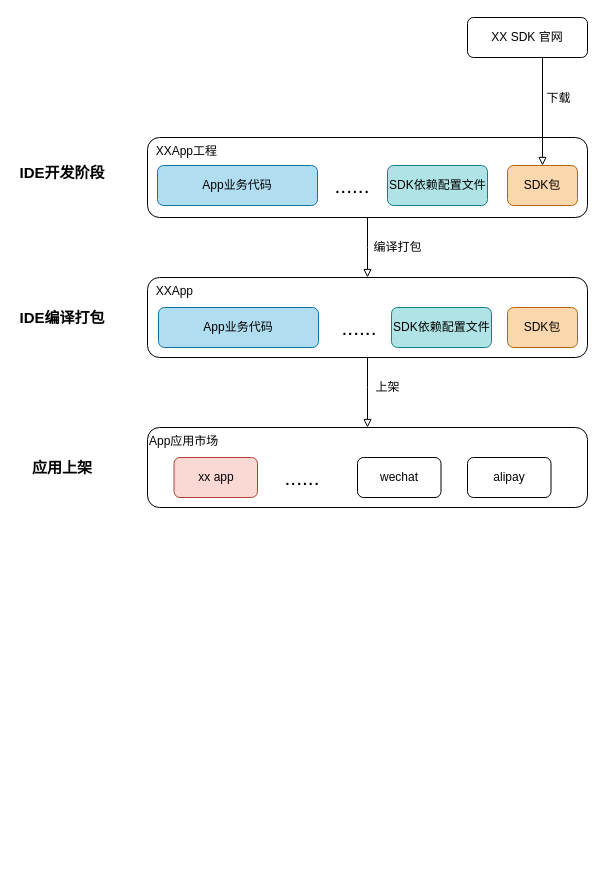
Above: draw/Virtual integration.drawio in befairyliu/draw.io (draw.io), before the change. Source tidied: cells renumbered, new cells numbered last; positions are measured from the earlier drawing's top-left corner, leaving out a move shared by most shapes. Both pictures are drawn from the tidied source at 100%, with x=0, y=0 at pixel (17, 17).
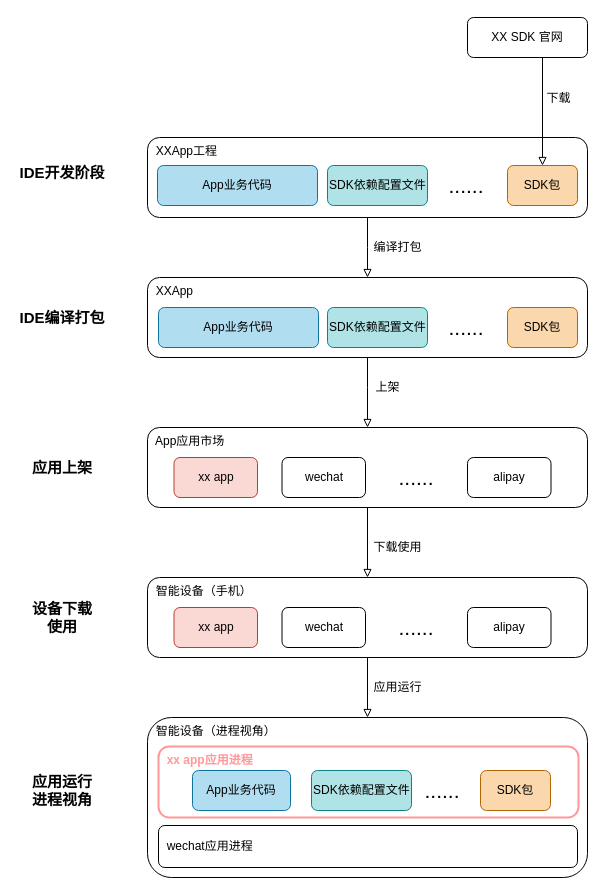
After the change.

Unchanged cells that the change refers to:
```xml
<mxCell id="5" value="&amp;nbsp; XXApp" style="rounded=1;whiteSpace=wrap;html=1;fontSize=12;glass=0;strokeWidth=1;shadow=0;align=left;verticalAlign=top;" parent="1" vertex="1">
  <mxGeometry x="130" y="260" width="440" height="80" as="geometry" />
</mxCell>
```

The edit, as a diff of the source:
```diff
@@
-    <mxCell id="4" value="上架" style="edgeStyle=orthogonalEdgeStyle;rounded=0;jettySize=auto;html=1;exitX=0.5;exitY=1;exitDx=0;exitDy=0;entryX=0.5;entryY=0;entryDx=0;entryDy=0;endArrow=block;endFill=0;fontSize=12;" parent="1" edge="1" source="5" target="18">
+    <mxCell id="4" value="上架" style="edgeStyle=orthogonalEdgeStyle;rounded=0;jettySize=auto;html=1;exitX=0.5;exitY=1;exitDx=0;exitDy=0;entryX=0.5;entryY=0;entryDx=0;entryDy=0;endArrow=block;endFill=0;fontSize=12;strokeWidth=1;" parent="1" edge="1" source="5" target="18">
       <mxGeometry x="-0.14" y="20" relative="1" as="geometry">
         <Array as="points">
           <mxPoint x="350" y="370" />
           <mxPoint x="350" y="370" />
         </Array>
       </mxGeometry>
     </mxCell>
@@
     <mxCell id="11" value="SDK依赖配置文件" style="rounded=1;whiteSpace=wrap;html=1;align=left;fillColor=#b0e3e6;strokeColor=#0e8088;" parent="1" vertex="1">
-      <mxGeometry x="370" y="148" width="100" height="40" as="geometry" />
+      <mxGeometry x="310" y="148" width="100" height="40" as="geometry" />
     </mxCell>
@@
     <mxCell id="13" value="&lt;font style=&quot;font-size: 21px&quot;&gt;......&lt;/font&gt;" style="rounded=1;whiteSpace=wrap;html=1;align=center;fillColor=none;gradientColor=none;strokeColor=none;" parent="1" vertex="1">
-      <mxGeometry x="310" y="148" width="50" height="40" as="geometry" />
+      <mxGeometry x="424" y="148" width="50" height="40" as="geometry" />
     </mxCell>
@@
     <mxCell id="15" value="SDK依赖配置文件" style="rounded=1;whiteSpace=wrap;html=1;align=left;fillColor=#b0e3e6;strokeColor=#0e8088;" parent="1" vertex="1">
-      <mxGeometry x="374" y="290" width="100" height="40" as="geometry" />
+      <mxGeometry x="310" y="290" width="100" height="40" as="geometry" />
     </mxCell>
     <mxCell id="16" value="&lt;font style=&quot;font-size: 21px&quot;&gt;......&lt;/font&gt;" style="rounded=1;whiteSpace=wrap;html=1;align=center;fillColor=none;gradientColor=none;strokeColor=none;" parent="1" vertex="1">
-      <mxGeometry x="316.5" y="290" width="50" height="40" as="geometry" />
+      <mxGeometry x="424" y="290" width="50" height="40" as="geometry" />
     </mxCell>
@@
+    <mxCell id="25" value="下载使用" style="edgeStyle=orthogonalEdgeStyle;rounded=0;jettySize=auto;html=1;exitX=0.5;exitY=1;exitDx=0;exitDy=0;entryX=0.5;entryY=0;entryDx=0;entryDy=0;endArrow=block;endFill=0;fontSize=12;strokeWidth=1;" parent="1" edge="1" source="18" target="27">
+      <mxGeometry x="0.14" y="30" relative="1" as="geometry" />
+    </mxCell>
-    <mxCell id="18" value="App应用市场" style="rounded=1;whiteSpace=wrap;html=1;fontSize=12;glass=0;strokeWidth=1;shadow=0;align=left;verticalAlign=top;" parent="1" vertex="1">
+    <mxCell id="18" value="&amp;nbsp; App应用市场" style="rounded=1;whiteSpace=wrap;html=1;fontSize=12;glass=0;strokeWidth=1;shadow=0;align=left;verticalAlign=top;" parent="1" vertex="1">
       <mxGeometry x="130" y="410" width="440" height="80" as="geometry" />
     </mxCell>
@@
     <mxCell id="20" value="&lt;font style=&quot;font-size: 21px&quot;&gt;......&lt;/font&gt;" style="rounded=1;whiteSpace=wrap;html=1;align=center;fillColor=none;gradientColor=none;strokeColor=none;" parent="1" vertex="1">
-      <mxGeometry x="260" y="440" width="50" height="40" as="geometry" />
+      <mxGeometry x="374" y="440" width="50" height="40" as="geometry" />
     </mxCell>
     <mxCell id="21" value="wechat" style="rounded=1;whiteSpace=wrap;html=1;align=center;" parent="1" vertex="1">
-      <mxGeometry x="340" y="440" width="83.5" height="40" as="geometry" />
+      <mxGeometry x="264.5" y="440" width="83.5" height="40" as="geometry" />
     </mxCell>
@@
+    <mxCell id="26" value="应用运行" style="edgeStyle=orthogonalEdgeStyle;rounded=0;jettySize=auto;html=1;exitX=0.5;exitY=1;exitDx=0;exitDy=0;entryX=0.5;entryY=0;entryDx=0;entryDy=0;endArrow=block;endFill=0;strokeWidth=1;fontSize=12;fontColor=#000000;" parent="1" edge="1" source="27" target="33">
+      <mxGeometry y="30" relative="1" as="geometry" />
+    </mxCell>
+    <mxCell id="27" value="&amp;nbsp; 智能设备（手机）" style="rounded=1;whiteSpace=wrap;html=1;fontSize=12;glass=0;strokeWidth=1;shadow=0;align=left;verticalAlign=top;" parent="1" vertex="1">
+      <mxGeometry x="130" y="560" width="440" height="80" as="geometry" />
+    </mxCell>
+    <mxCell id="28" value="xx app" style="rounded=1;whiteSpace=wrap;html=1;align=center;fillColor=#fad9d5;strokeColor=#ae4132;" parent="1" vertex="1">
+      <mxGeometry x="156.5" y="590" width="83.5" height="40" as="geometry" />
+    </mxCell>
+    <mxCell id="29" value="&lt;font style=&quot;font-size: 21px&quot;&gt;......&lt;/font&gt;" style="rounded=1;whiteSpace=wrap;html=1;align=center;fillColor=none;gradientColor=none;strokeColor=none;" parent="1" vertex="1">
+      <mxGeometry x="374" y="590" width="50" height="40" as="geometry" />
+    </mxCell>
+    <mxCell id="30" value="wechat" style="rounded=1;whiteSpace=wrap;html=1;align=center;" parent="1" vertex="1">
+      <mxGeometry x="264.5" y="590" width="83.5" height="40" as="geometry" />
+    </mxCell>
+    <mxCell id="31" value="alipay" style="rounded=1;whiteSpace=wrap;html=1;align=center;" parent="1" vertex="1">
+      <mxGeometry x="450" y="590" width="83.5" height="40" as="geometry" />
+    </mxCell>
+    <mxCell id="32" value="&lt;b&gt;设备下载&lt;br&gt;使用&lt;/b&gt;" style="text;html=1;strokeColor=none;fillColor=none;align=center;verticalAlign=middle;whiteSpace=wrap;rounded=0;fontSize=15;" parent="1" vertex="1">
+      <mxGeometry y="580" width="90" height="40" as="geometry" />
+    </mxCell>
+    <mxCell id="33" value="&amp;nbsp; 智能设备（进程视角）" style="rounded=1;whiteSpace=wrap;html=1;fontSize=12;glass=0;strokeWidth=1;shadow=0;align=left;verticalAlign=top;" parent="1" vertex="1">
+      <mxGeometry x="130" y="700" width="440" height="160" as="geometry" />
+    </mxCell>
+    <mxCell id="34" value="App业务代码" style="rounded=1;whiteSpace=wrap;html=1;align=center;fillColor=#b1ddf0;strokeColor=#10739e;" parent="1" vertex="1">
+      <mxGeometry x="175" y="753" width="98" height="40" as="geometry" />
+    </mxCell>
+    <mxCell id="35" value="SDK依赖配置文件" style="rounded=1;whiteSpace=wrap;html=1;align=left;fillColor=#b0e3e6;strokeColor=#0e8088;" parent="1" vertex="1">
+      <mxGeometry x="294" y="753" width="100" height="40" as="geometry" />
+    </mxCell>
+    <mxCell id="36" value="SDK包" style="rounded=1;whiteSpace=wrap;html=1;align=center;fillColor=#fad7ac;strokeColor=#b46504;" parent="1" vertex="1">
+      <mxGeometry x="463" y="753" width="70" height="40" as="geometry" />
+    </mxCell>
+    <mxCell id="37" value="&lt;font style=&quot;font-size: 21px&quot;&gt;......&lt;/font&gt;" style="rounded=1;whiteSpace=wrap;html=1;align=center;fillColor=none;gradientColor=none;strokeColor=none;" parent="1" vertex="1">
+      <mxGeometry x="400" y="753" width="50" height="40" as="geometry" />
+    </mxCell>
+    <mxCell id="38" value="&lt;b&gt;&lt;font color=&quot;#ff9999&quot;&gt;&amp;nbsp; xx app应用进程&lt;/font&gt;&lt;/b&gt;" style="rounded=1;whiteSpace=wrap;html=1;fillColor=none;gradientColor=none;fontSize=12;align=left;verticalAlign=top;strokeColor=#FF9999;strokeWidth=2;" parent="1" vertex="1">
+      <mxGeometry x="141" y="729" width="420" height="71" as="geometry" />
+    </mxCell>
+    <mxCell id="39" value="&amp;nbsp; wechat应用进程" style="rounded=1;whiteSpace=wrap;html=1;fillColor=none;gradientColor=none;fontSize=12;align=left;" parent="1" vertex="1">
+      <mxGeometry x="141" y="808" width="419" height="42" as="geometry" />
+    </mxCell>
+    <mxCell id="40" value="&lt;b&gt;应用运行&lt;br&gt;进程视角&lt;/b&gt;" style="text;html=1;strokeColor=none;fillColor=none;align=center;verticalAlign=middle;whiteSpace=wrap;rounded=0;fontSize=15;" parent="1" vertex="1">
+      <mxGeometry y="753" width="90" height="40" as="geometry" />
+    </mxCell>
```
